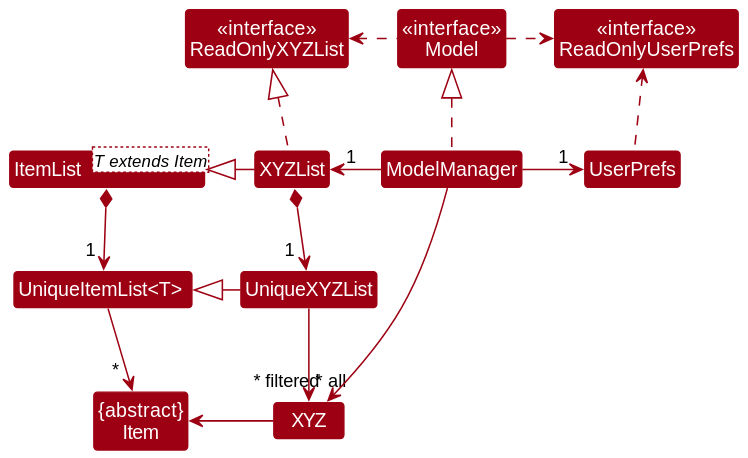
The PlantUML diagram docs/images/ModelClassDiagram.svg in nus-cs2103-AY2223S2/tp, before a commit. Its diagram source:
```plantuml
@startuml
!include style.puml
skinparam arrowThickness 1.1
skinparam arrowColor MODEL_COLOR
skinparam classBackgroundColor MODEL_COLOR

top to bottom direction


Class "<<interface>>\nReadOnlyXYZList" as ReadOnlyXYZList
Class "<<interface>>\nReadOnlyUserPrefs" as ReadOnlyUserPrefs
Class "<<interface>>\nModel" as Model
Class XYZList
Class ModelManager
Class UserPrefs
Class UniqueXYZList
Class XYZ
Class "{abstract}\nItem" as Item
Class ItemList<T extends Item>
Class "UniqueItemList<T> " as UniqueItemList

ModelManager ..u|> Model
Model ..r> ReadOnlyUserPrefs
Model ..l> ReadOnlyXYZList
ModelManager --l> " 1" XYZList
ModelManager --r> "1 " UserPrefs
UserPrefs ..u> ReadOnlyUserPrefs

XYZList ..u|> ReadOnlyXYZList
XYZList *--d> "         1" UniqueXYZList
UniqueXYZList --> "~* all " XYZ

ModelManager --->"  ~* filtered" XYZ

ItemList *-d> "1 " UniqueItemList
UniqueItemList -d> "              *" Item

UniqueXYZList --l|> UniqueItemList
XYZList --l|> ItemList
XYZ --l> Item
@enduml
```
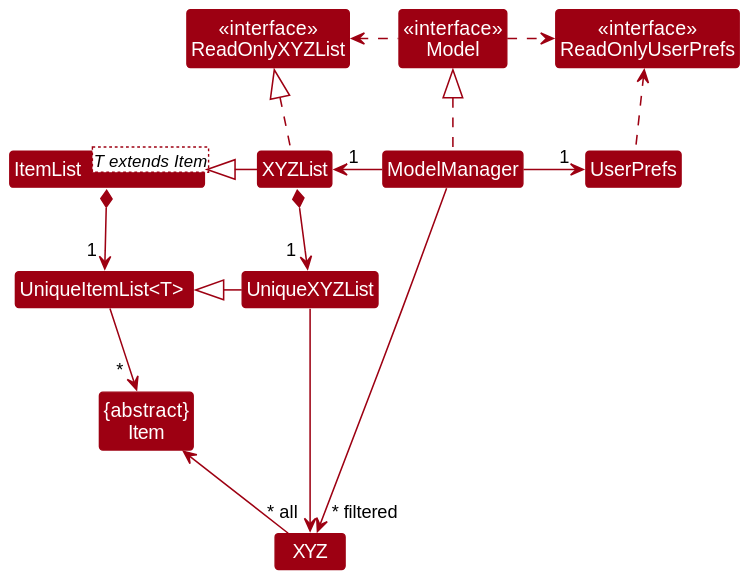
Above is the later version.

Diff of the diagram source:
```diff
@@ -30,7 +30,7 @@
 XYZList *--d> "         1" UniqueXYZList
 UniqueXYZList --> "~* all " XYZ
 
-ModelManager --->"  ~* filtered" XYZ
+ModelManager ---->"~* filtered" XYZ
 
 ItemList *-d> "1 " UniqueItemList
 UniqueItemList -d> "              *" Item
```
